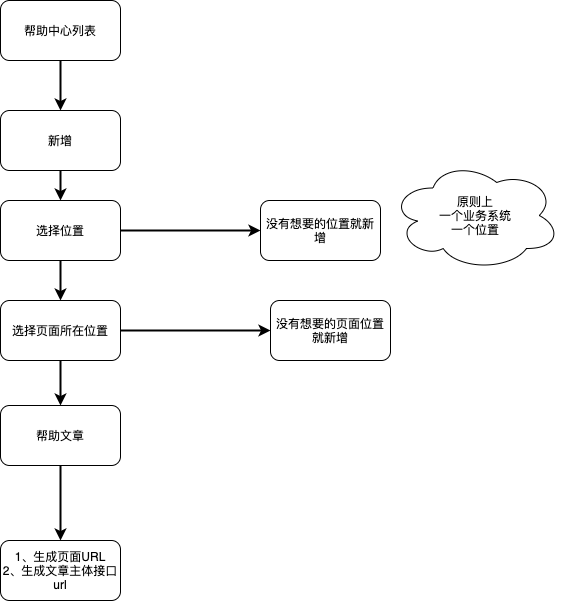
The draw.io diagram 帮助中心V1.0.png in zuoqiang320/uniondrug, before a commit. Source tidied: cells renumbered, new cells last; positions are measured from the earlier drawing's top-left corner, leaving out a move shared by most shapes. The source it was exported from:
```xml
<mxGraphModel background="#ffffff">
  <root>
    <mxCell id="0" />
    <mxCell id="1" parent="0" />
    <mxCell id="2" style="edgeStyle=orthogonalEdgeStyle;rounded=0;jettySize=auto;html=1;exitX=0.5;exitY=1;exitDx=0;exitDy=0;strokeWidth=2;" parent="1" edge="1" source="3" target="5">
      <mxGeometry relative="1" as="geometry" />
    </mxCell>
    <mxCell id="3" value="帮助中心列表" style="rounded=1;whiteSpace=wrap;html=1;" parent="1" vertex="1">
      <mxGeometry width="120" height="60" as="geometry" />
    </mxCell>
    <mxCell id="4" style="edgeStyle=orthogonalEdgeStyle;rounded=0;jettySize=auto;html=1;exitX=0.5;exitY=1;exitDx=0;exitDy=0;entryX=0.5;entryY=0;entryDx=0;entryDy=0;strokeWidth=2;" parent="1" edge="1" source="5" target="12">
      <mxGeometry relative="1" as="geometry" />
    </mxCell>
    <mxCell id="5" value="新增" style="rounded=1;whiteSpace=wrap;html=1;" parent="1" vertex="1">
      <mxGeometry y="110" width="120" height="60" as="geometry" />
    </mxCell>
    <mxCell id="6" value="原则上&lt;br&gt;一个业务系统&lt;br&gt;一个位置" style="ellipse;shape=cloud;whiteSpace=wrap;html=1;" parent="1" vertex="1">
      <mxGeometry x="390" y="160" width="170" height="110" as="geometry" />
    </mxCell>
    <mxCell id="7" style="edgeStyle=orthogonalEdgeStyle;rounded=0;jettySize=auto;html=1;exitX=0.5;exitY=1;exitDx=0;exitDy=0;strokeWidth=2;entryX=0.5;entryY=0;entryDx=0;entryDy=0;" parent="1" edge="1" source="8" target="9">
      <mxGeometry relative="1" as="geometry" />
    </mxCell>
    <mxCell id="8" value="帮助文章" style="rounded=1;whiteSpace=wrap;html=1;" parent="1" vertex="1">
      <mxGeometry y="405" width="120" height="60" as="geometry" />
    </mxCell>
    <mxCell id="9" value="1、生成页面URL&lt;br&gt;2、生成文章主体接口url" style="rounded=1;whiteSpace=wrap;html=1;" parent="1" vertex="1">
      <mxGeometry y="540" width="120" height="60" as="geometry" />
    </mxCell>
    <mxCell id="10" style="edgeStyle=orthogonalEdgeStyle;rounded=0;jettySize=auto;html=1;exitX=0.5;exitY=1;exitDx=0;exitDy=0;strokeWidth=2;" parent="1" edge="1" source="12" target="15">
      <mxGeometry relative="1" as="geometry" />
    </mxCell>
    <mxCell id="11" style="edgeStyle=orthogonalEdgeStyle;rounded=0;jettySize=auto;html=1;exitX=1;exitY=0.5;exitDx=0;exitDy=0;strokeWidth=2;" parent="1" edge="1" source="12" target="16">
      <mxGeometry relative="1" as="geometry" />
    </mxCell>
    <mxCell id="12" value="选择位置" style="rounded=1;whiteSpace=wrap;html=1;" parent="1" vertex="1">
      <mxGeometry y="200" width="120" height="60" as="geometry" />
    </mxCell>
    <mxCell id="13" style="edgeStyle=orthogonalEdgeStyle;rounded=0;jettySize=auto;html=1;exitX=0.5;exitY=1;exitDx=0;exitDy=0;strokeWidth=2;" parent="1" edge="1" source="15" target="8">
      <mxGeometry relative="1" as="geometry" />
    </mxCell>
    <mxCell id="14" style="edgeStyle=orthogonalEdgeStyle;rounded=0;jettySize=auto;html=1;exitX=1;exitY=0.5;exitDx=0;exitDy=0;strokeWidth=2;" parent="1" edge="1" source="15" target="17">
      <mxGeometry relative="1" as="geometry" />
    </mxCell>
    <mxCell id="15" value="选择页面所在位置" style="rounded=1;whiteSpace=wrap;html=1;" parent="1" vertex="1">
      <mxGeometry y="300" width="120" height="60" as="geometry" />
    </mxCell>
    <mxCell id="16" value="&lt;span&gt;没有想要的位置就新增&lt;/span&gt;" style="rounded=1;whiteSpace=wrap;html=1;" parent="1" vertex="1">
      <mxGeometry x="260" y="200" width="120" height="60" as="geometry" />
    </mxCell>
    <mxCell id="17" value="&lt;span&gt;没有想要的页面位置就新增&lt;/span&gt;" style="rounded=1;whiteSpace=wrap;html=1;" parent="1" vertex="1">
      <mxGeometry x="270" y="300" width="120" height="60" as="geometry" />
    </mxCell>
  </root>
</mxGraphModel>
```
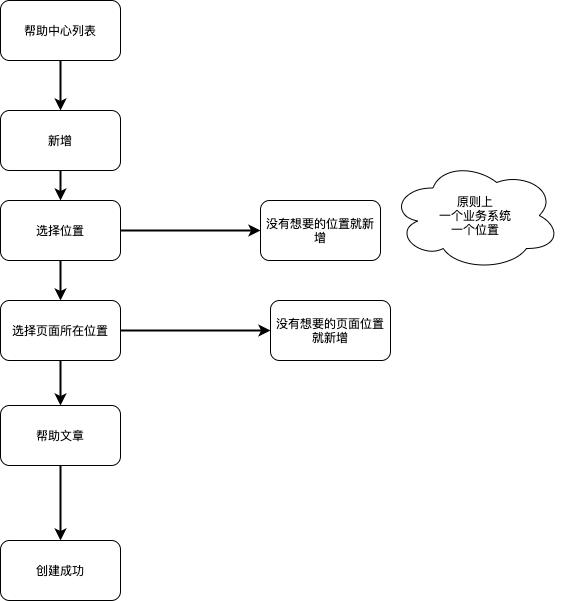
After the change.

Commit message:
更新帮助中心V1.0.png

Diff of the diagram source:
```diff
@@ -23,7 +23,7 @@
     <mxCell id="8" value="帮助文章" style="rounded=1;whiteSpace=wrap;html=1;" parent="1" vertex="1">
       <mxGeometry y="405" width="120" height="60" as="geometry" />
     </mxCell>
-    <mxCell id="9" value="1、生成页面URL&lt;br&gt;2、生成文章主体接口url" style="rounded=1;whiteSpace=wrap;html=1;" parent="1" vertex="1">
+    <mxCell id="9" value="创建成功" style="rounded=1;whiteSpace=wrap;html=1;" parent="1" vertex="1">
       <mxGeometry y="540" width="120" height="60" as="geometry" />
     </mxCell>
     <mxCell id="10" style="edgeStyle=orthogonalEdgeStyle;rounded=0;jettySize=auto;html=1;exitX=0.5;exitY=1;exitDx=0;exitDy=0;strokeWidth=2;" parent="1" edge="1" source="12" target="15">
```
